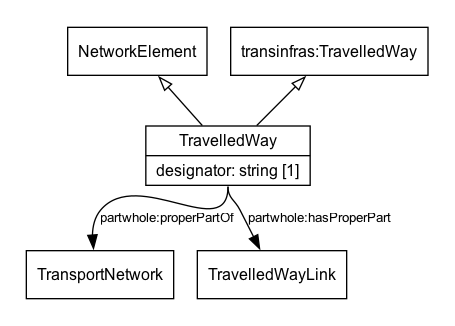
This is docs/diagrams/TravelledWay.png from k-vaughn/5087, a Graphviz export, as it was before one commit. Its source is kept beside it as docs/diagrams/TravelledWay.dot.
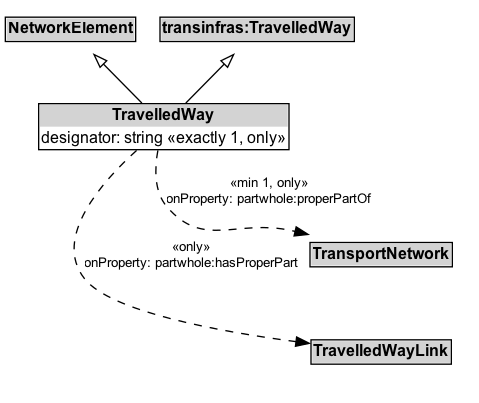
After the commit.

The edit, as a diff of the source:
```diff
@@ -1,23 +1,24 @@
 digraph {
-	graph [overlap=false splines=true]
-	node [fontname=Arial fontsize=12 shape=record]
+	graph [overlap=false rankdir=TB splines=true]
+	node [fontname=Arial fontsize=12 margin=0 shape=none]
 	edge [fontname=Arial fontsize=10]
-	subgraph cluster_main {
-		rankdir=TB style=invis
-		NetworkElement [label=NetworkElement]
-		transinfras_TravelledWay [label="transinfras:TravelledWay"]
-		{
-			rank=max
-			TravelledWay [label="{TravelledWay|designator: string [1]}"]
-		}
-		TravelledWay -> NetworkElement [arrowhead=onormal style=solid]
-		TravelledWay -> transinfras_TravelledWay [arrowhead=onormal style=solid]
+	NetworkElement [label=<<TABLE BORDER="1" CELLBORDER="0" CELLSPACING="0" CELLPADDING="1"><TR><TD BGCOLOR="lightgray" ALIGN="CENTER"><B>NetworkElement</B></TD></TR></TABLE>> margin=0]
+	transinfras_TravelledWay [label=<<TABLE BORDER="1" CELLBORDER="0" CELLSPACING="0" CELLPADDING="1"><TR><TD BGCOLOR="lightgray" ALIGN="CENTER"><B>transinfras:TravelledWay</B></TD></TR></TABLE>> margin=0]
+	{
+		rank=max
+		TravelledWay [label=<<TABLE BORDER="1" CELLBORDER="0" CELLSPACING="0" CELLPADDING="1"><TR><TD BGCOLOR="lightgray" ALIGN="CENTER" PORT="e"><B>TravelledWay</B></TD></TR><TR><TD ALIGN="LEFT">designator: string «exactly 1, only»</TD></TR></TABLE>> margin=0]
 	}
-	subgraph cluster_others {
-		style=invis
-		TransportNetwork [label=TransportNetwork]
-		TravelledWayLink [label=TravelledWayLink]
+	subgraph cluster_associated {
+		label="" style=invis
+		Invis [label=<<TABLE BORDER="0" CELLBORDER="0" CELLSPACING="0" CELLPADDING="1"><TR><TD></TD></TR></TABLE>> margin=0 style=invis]
+		TransportNetwork [label=<<TABLE BORDER="1" CELLBORDER="0" CELLSPACING="0" CELLPADDING="1"><TR><TD BGCOLOR="lightgray" ALIGN="CENTER"><B>TransportNetwork</B></TD></TR></TABLE>> margin=0]
+		TravelledWayLink [label=<<TABLE BORDER="1" CELLBORDER="0" CELLSPACING="0" CELLPADDING="1"><TR><TD BGCOLOR="lightgray" ALIGN="CENTER"><B>TravelledWayLink</B></TD></TR></TABLE>> margin=0]
 	}
-	TravelledWay:s -> TravelledWayLink [label="partwhole:hasProperPart"]
-	TravelledWay:s -> TransportNetwork [label="partwhole:properPartOf"]
+	TravelledWay -> NetworkElement [arrowhead=onormal style=solid]
+	TravelledWay -> transinfras_TravelledWay [arrowhead=onormal style=solid]
+	TravelledWay -> Invis [style=invis]
+	Invis -> TransportNetwork [style=invis]
+	TransportNetwork -> TravelledWayLink [style=invis]
+	TravelledWay -> TravelledWayLink [label="«only»\nonProperty: partwhole:hasProperPart" arrowhead=normal style=dashed]
+	TravelledWay -> TransportNetwork [label="«min 1, only»\nonProperty: partwhole:properPartOf" arrowhead=normal style=dashed]
 }
```
